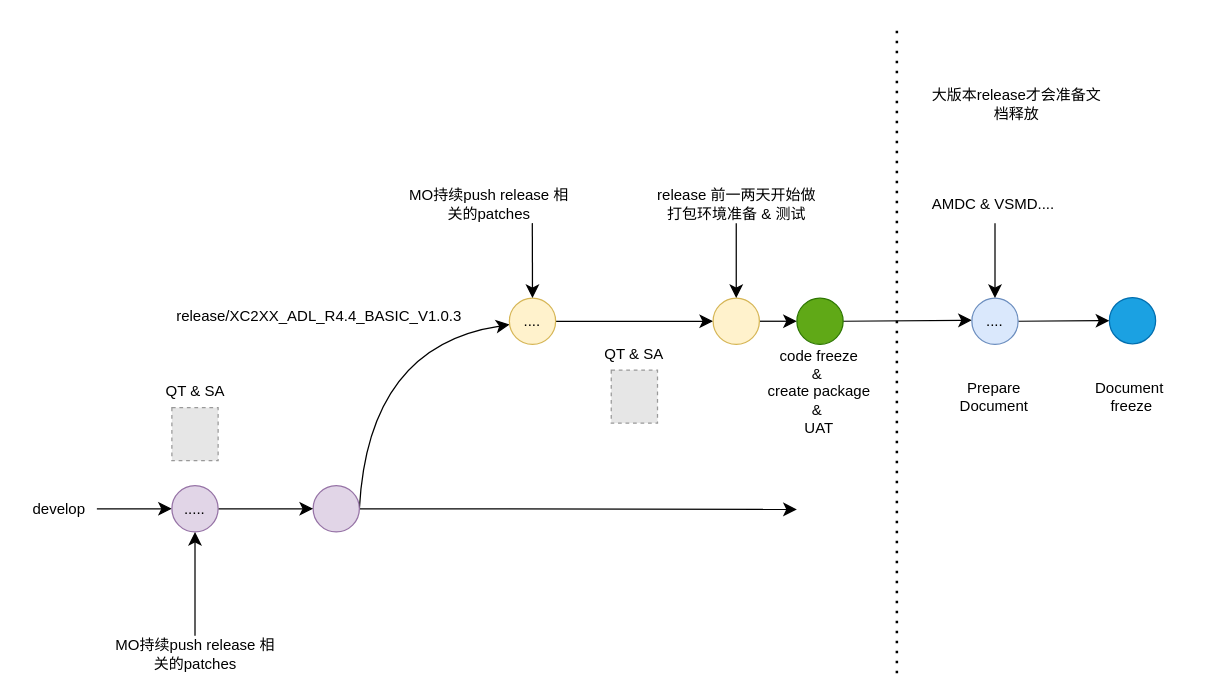
Above: page "Page-2" (2 of 4) of old_release.drawio in salfe/VSC-Plugin (draw.io), before the change. Source tidied: cells renumbered, new cells numbered last; positions are measured from the earlier drawing's top-left corner, leaving out a move shared by most shapes. Both pictures are drawn from the tidied source at 125%, with x=0, y=0 at pixel (21, 22). Pictures stored in the file or linked from it are replaced by grey dashed boxes.
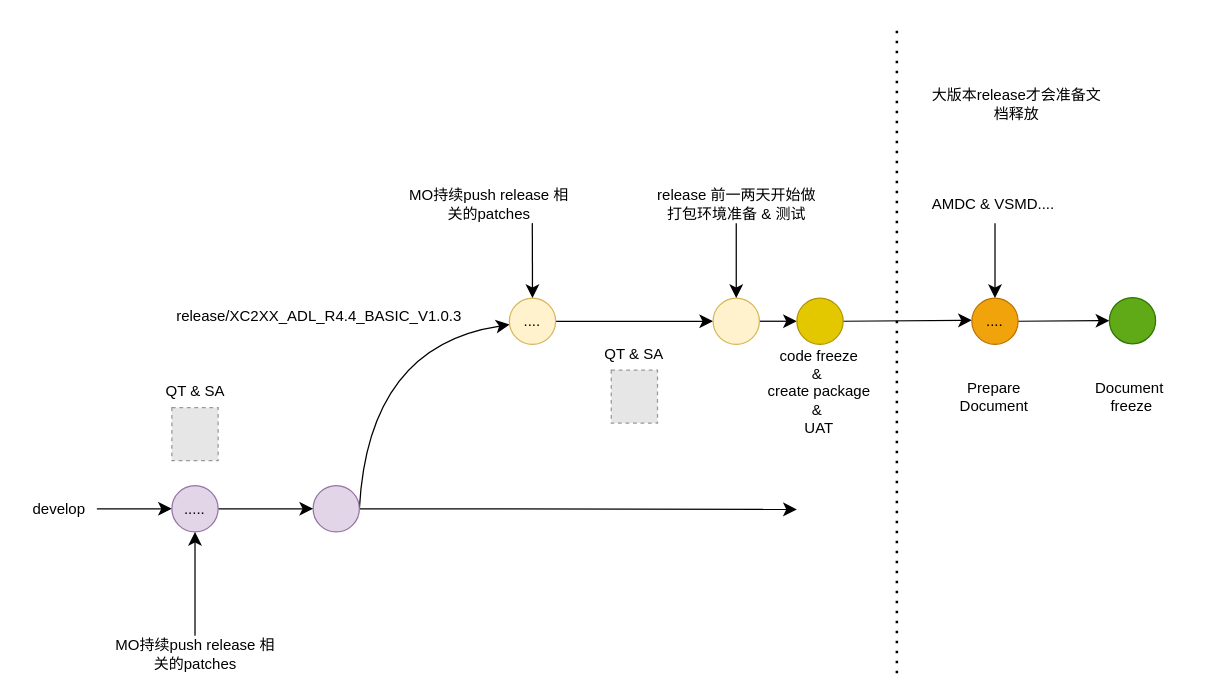
Above is the later version.

What changed in the source:
```diff
@@
-    <mxCell id="14" style="ellipse;whiteSpace=wrap;html=1;shapeInside=1;fillColor=#60a917;strokeColor=#2D7600;fontColor=#ffffff;" parent="1" vertex="1">
+    <mxCell id="14" style="ellipse;whiteSpace=wrap;html=1;shapeInside=1;fillColor=#e3c800;strokeColor=#B09500;fontColor=#000000;" parent="1" vertex="1">
       <mxGeometry x="620" y="220" width="37" height="37" as="geometry" />
     </mxCell>
@@
-    <mxCell id="27" style="ellipse;whiteSpace=wrap;html=1;shapeInside=1;fillColor=#1ba1e2;strokeColor=#006EAF;fontColor=#ffffff;" parent="1" vertex="1">
+    <mxCell id="27" style="ellipse;whiteSpace=wrap;html=1;shapeInside=1;fillColor=#60a917;strokeColor=#2D7600;fontColor=#ffffff;" parent="1" vertex="1">
       <mxGeometry x="870" y="219.5" width="37" height="37" as="geometry" />
     </mxCell>
@@
-    <mxCell id="30" value="...." style="ellipse;whiteSpace=wrap;html=1;shapeInside=1;fillColor=#dae8fc;strokeColor=#6c8ebf;" parent="1" vertex="1">
+    <mxCell id="30" value="...." style="ellipse;whiteSpace=wrap;html=1;shapeInside=1;fillColor=#f0a30a;strokeColor=#BD7000;fontColor=#000000;" parent="1" vertex="1">
       <mxGeometry x="760" y="220" width="37" height="37" as="geometry" />
     </mxCell>
```
